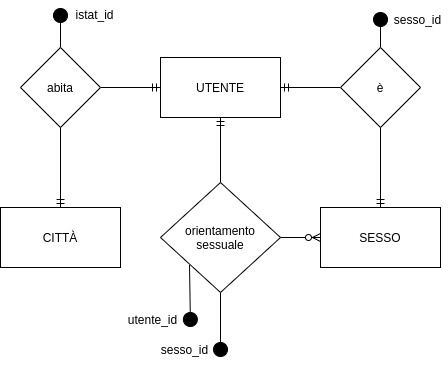
This is assets/ER.png from bonoldie/bonoldi_enrico_esame_2020, a draw.io export, as it was before one commit. Source tidied: cells renumbered, new cells last; positions are measured from the earlier drawing's top-left corner, leaving out a move shared by most shapes.
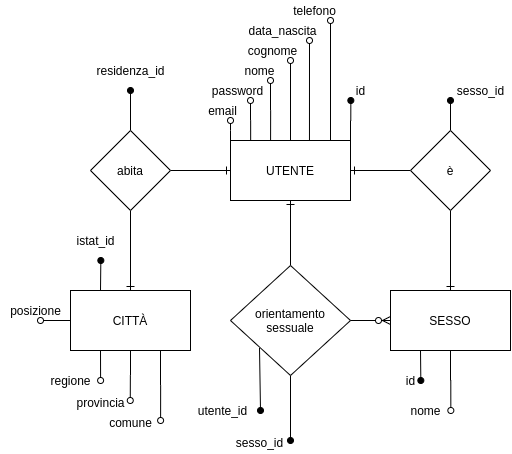
After the commit.

The edit, as a diff of the source:
```diff
@@ -2,19 +2,59 @@
   <root>
     <mxCell id="0" />
     <mxCell id="1" parent="0" />
-    <mxCell id="2" style="edgeStyle=orthogonalEdgeStyle;rounded=0;jettySize=auto;html=1;entryX=0.5;entryY=0;entryDx=0;entryDy=0;endArrow=none;endFill=0;startArrow=ERmandOne;startFill=0;" parent="1" edge="1" source="3" target="6">
+    <mxCell id="2" style="edgeStyle=orthogonalEdgeStyle;rounded=0;jettySize=auto;html=1;entryX=0.5;entryY=0;entryDx=0;entryDy=0;endArrow=none;endFill=0;startArrow=ERone;startFill=0;" parent="1" edge="1" source="3" target="6">
       <mxGeometry relative="1" as="geometry" />
     </mxCell>
+    <mxCell id="22" style="edgeStyle=orthogonalEdgeStyle;rounded=0;jettySize=auto;html=1;endArrow=oval;endFill=0;exitX=0;exitY=0;exitDx=0;exitDy=0;" parent="1" edge="1" source="3">
+      <mxGeometry relative="1" as="geometry">
+        <mxPoint x="160" y="33" as="targetPoint" />
+        <Array as="points">
+          <mxPoint x="160" y="43" />
+          <mxPoint x="160" y="43" />
+        </Array>
+      </mxGeometry>
+    </mxCell>
+    <mxCell id="23" style="edgeStyle=orthogonalEdgeStyle;rounded=0;jettySize=auto;html=1;endArrow=oval;endFill=0;exitX=0.334;exitY=0.025;exitDx=0;exitDy=0;exitPerimeter=0;" parent="1" edge="1" source="3">
+      <mxGeometry relative="1" as="geometry">
+        <mxPoint x="200" y="-7" as="targetPoint" />
+      </mxGeometry>
+    </mxCell>
+    <mxCell id="24" style="edgeStyle=orthogonalEdgeStyle;rounded=0;jettySize=auto;html=1;exitX=0.168;exitY=0.006;exitDx=0;exitDy=0;endArrow=oval;endFill=0;exitPerimeter=0;" parent="1" edge="1" source="3">
+      <mxGeometry relative="1" as="geometry">
+        <mxPoint x="180" y="13" as="targetPoint" />
+      </mxGeometry>
+    </mxCell>
+    <mxCell id="25" style="edgeStyle=orthogonalEdgeStyle;rounded=0;jettySize=auto;html=1;exitX=0.5;exitY=0;exitDx=0;exitDy=0;endArrow=oval;endFill=0;" parent="1" edge="1" source="3">
+      <mxGeometry relative="1" as="geometry">
+        <mxPoint x="220" y="-27" as="targetPoint" />
+      </mxGeometry>
+    </mxCell>
+    <mxCell id="26" style="edgeStyle=orthogonalEdgeStyle;rounded=0;jettySize=auto;html=1;endArrow=oval;endFill=0;exitX=0.658;exitY=0.002;exitDx=0;exitDy=0;exitPerimeter=0;" parent="1" edge="1" source="3">
+      <mxGeometry relative="1" as="geometry">
+        <mxPoint x="239" y="-47" as="targetPoint" />
+      </mxGeometry>
+    </mxCell>
+    <mxCell id="27" style="edgeStyle=orthogonalEdgeStyle;rounded=0;orthogonalLoop=1;jettySize=auto;html=1;endArrow=oval;endFill=0;" parent="1" edge="1">
+      <mxGeometry relative="1" as="geometry">
+        <mxPoint x="260" y="53" as="sourcePoint" />
+        <mxPoint x="260" y="-67" as="targetPoint" />
+      </mxGeometry>
+    </mxCell>
+    <mxCell id="28" style="edgeStyle=orthogonalEdgeStyle;rounded=0;jettySize=auto;html=1;exitX=1;exitY=0;exitDx=0;exitDy=0;endArrow=oval;endFill=1;" parent="1" edge="1" source="3">
+      <mxGeometry relative="1" as="geometry">
+        <mxPoint x="280.3" y="13" as="targetPoint" />
+      </mxGeometry>
+    </mxCell>
     <mxCell id="3" value="UTENTE" style="rounded=0;whiteSpace=wrap;html=1;" parent="1" vertex="1">
       <mxGeometry x="160" y="53" width="120" height="60" as="geometry" />
     </mxCell>
-    <mxCell id="4" style="rounded=0;orthogonalLoop=1;jettySize=auto;html=1;startArrow=none;startFill=0;endArrow=circle;endFill=1;exitX=0;exitY=1;exitDx=0;exitDy=0;" parent="1" edge="1">
+    <mxCell id="4" style="rounded=0;orthogonalLoop=1;jettySize=auto;html=1;startArrow=none;startFill=0;endArrow=oval;endFill=1;exitX=0;exitY=1;exitDx=0;exitDy=0;" parent="1" edge="1">
       <mxGeometry relative="1" as="geometry">
         <mxPoint x="189" y="260.5" as="sourcePoint" />
         <mxPoint x="190" y="323" as="targetPoint" />
       </mxGeometry>
     </mxCell>
-    <mxCell id="5" style="edgeStyle=none;rounded=0;jettySize=auto;html=1;startArrow=none;startFill=0;endArrow=circle;endFill=1;" parent="1" edge="1" source="6">
+    <mxCell id="5" style="edgeStyle=none;rounded=0;jettySize=auto;html=1;startArrow=none;startFill=0;endArrow=oval;endFill=1;" parent="1" edge="1" source="6">
       <mxGeometry relative="1" as="geometry">
         <mxPoint x="220" y="353" as="targetPoint" />
       </mxGeometry>
@@ -25,36 +65,68 @@
     <mxCell id="7" style="edgeStyle=orthogonalEdgeStyle;rounded=0;jettySize=auto;html=1;endArrow=none;endFill=0;startArrow=ERzeroToMany;startFill=1;" parent="1" edge="1" source="8" target="6">
       <mxGeometry relative="1" as="geometry" />
     </mxCell>
+    <mxCell id="29" style="edgeStyle=orthogonalEdgeStyle;rounded=0;jettySize=auto;html=1;exitX=0.25;exitY=1;exitDx=0;exitDy=0;startArrow=none;startFill=0;endArrow=oval;endFill=1;" parent="1" edge="1" source="8">
+      <mxGeometry relative="1" as="geometry">
+        <mxPoint x="350.3" y="293" as="targetPoint" />
+      </mxGeometry>
+    </mxCell>
+    <mxCell id="30" style="edgeStyle=orthogonalEdgeStyle;rounded=0;jettySize=auto;html=1;exitX=0.5;exitY=1;exitDx=0;exitDy=0;startArrow=none;startFill=0;endArrow=oval;endFill=0;" parent="1" edge="1" source="8">
+      <mxGeometry relative="1" as="geometry">
+        <mxPoint x="380.3" y="323" as="targetPoint" />
+      </mxGeometry>
+    </mxCell>
     <mxCell id="8" value="SESSO" style="rounded=0;whiteSpace=wrap;html=1;" parent="1" vertex="1">
       <mxGeometry x="320" y="203" width="120" height="60" as="geometry" />
     </mxCell>
-    <mxCell id="9" style="edgeStyle=orthogonalEdgeStyle;rounded=0;jettySize=auto;html=1;startArrow=none;startFill=0;endArrow=ERmandOne;endFill=0;" parent="1" edge="1" source="12" target="3">
+    <mxCell id="9" style="edgeStyle=orthogonalEdgeStyle;rounded=0;jettySize=auto;html=1;startArrow=none;startFill=0;endArrow=ERone;endFill=0;" parent="1" edge="1" source="12" target="3">
       <mxGeometry relative="1" as="geometry" />
     </mxCell>
-    <mxCell id="10" style="edgeStyle=orthogonalEdgeStyle;rounded=0;jettySize=auto;html=1;startArrow=none;startFill=0;endArrow=ERmandOne;endFill=0;" parent="1" edge="1" source="12" target="8">
+    <mxCell id="10" style="edgeStyle=orthogonalEdgeStyle;rounded=0;jettySize=auto;html=1;startArrow=none;startFill=0;endArrow=ERone;endFill=0;" parent="1" edge="1" source="12" target="8">
       <mxGeometry relative="1" as="geometry" />
     </mxCell>
-    <mxCell id="11" style="edgeStyle=none;rounded=0;jettySize=auto;html=1;startArrow=none;startFill=0;endArrow=circle;endFill=1;" parent="1" edge="1" source="12">
-      <mxGeometry relative="1" as="geometry">
-        <mxPoint x="380" y="23" as="targetPoint" />
-        <Array as="points">
-          <mxPoint x="380" y="13" />
-        </Array>
-      </mxGeometry>
-    </mxCell>
+    <mxCell id="31" style="edgeStyle=orthogonalEdgeStyle;rounded=0;jettySize=auto;html=1;exitX=0.5;exitY=0;exitDx=0;exitDy=0;endArrow=oval;endFill=1;" parent="1" edge="1" source="12">
+      <mxGeometry relative="1" as="geometry">
+        <mxPoint x="380" y="13" as="targetPoint" />
+      </mxGeometry>
+    </mxCell>
     <mxCell id="12" value="è" style="rhombus;whiteSpace=wrap;html=1;" parent="1" vertex="1">
       <mxGeometry x="340" y="43" width="80" height="80" as="geometry" />
     </mxCell>
+    <mxCell id="32" style="edgeStyle=orthogonalEdgeStyle;rounded=0;jettySize=auto;html=1;exitX=0.25;exitY=1;exitDx=0;exitDy=0;endArrow=oval;endFill=0;" parent="1" edge="1" source="13">
+      <mxGeometry relative="1" as="geometry">
+        <mxPoint x="30.1" y="293" as="targetPoint" />
+      </mxGeometry>
+    </mxCell>
+    <mxCell id="33" style="edgeStyle=orthogonalEdgeStyle;rounded=0;jettySize=auto;html=1;exitX=0.5;exitY=1;exitDx=0;exitDy=0;endArrow=oval;endFill=0;" parent="1" edge="1" source="13">
+      <mxGeometry relative="1" as="geometry">
+        <mxPoint x="59.8" y="313" as="targetPoint" />
+      </mxGeometry>
+    </mxCell>
+    <mxCell id="34" style="edgeStyle=orthogonalEdgeStyle;rounded=0;jettySize=auto;html=1;exitX=0.75;exitY=1;exitDx=0;exitDy=0;endArrow=oval;endFill=0;" parent="1" edge="1" source="13">
+      <mxGeometry relative="1" as="geometry">
+        <mxPoint x="90.1" y="333" as="targetPoint" />
+      </mxGeometry>
+    </mxCell>
+    <mxCell id="35" style="edgeStyle=orthogonalEdgeStyle;rounded=0;jettySize=auto;html=1;exitX=0;exitY=0.5;exitDx=0;exitDy=0;endArrow=oval;endFill=0;" parent="1" edge="1" source="13">
+      <mxGeometry relative="1" as="geometry">
+        <mxPoint x="-30" y="233" as="targetPoint" />
+      </mxGeometry>
+    </mxCell>
+    <mxCell id="36" style="edgeStyle=orthogonalEdgeStyle;rounded=0;jettySize=auto;html=1;exitX=0.25;exitY=0;exitDx=0;exitDy=0;endArrow=oval;endFill=1;" parent="1" edge="1" source="13">
+      <mxGeometry relative="1" as="geometry">
+        <mxPoint x="30.3" y="173" as="targetPoint" />
+      </mxGeometry>
+    </mxCell>
     <mxCell id="13" value="CITTÀ" style="rounded=0;whiteSpace=wrap;html=1;" parent="1" vertex="1">
       <mxGeometry y="203" width="120" height="60" as="geometry" />
     </mxCell>
-    <mxCell id="14" style="edgeStyle=orthogonalEdgeStyle;rounded=0;jettySize=auto;html=1;startArrow=none;startFill=0;endArrow=ERmandOne;endFill=0;" parent="1" edge="1" source="17" target="3">
+    <mxCell id="14" style="edgeStyle=orthogonalEdgeStyle;rounded=0;jettySize=auto;html=1;startArrow=none;startFill=0;endArrow=ERone;endFill=0;" parent="1" edge="1" source="17" target="3">
       <mxGeometry relative="1" as="geometry" />
     </mxCell>
-    <mxCell id="15" style="edgeStyle=orthogonalEdgeStyle;rounded=0;jettySize=auto;html=1;startArrow=none;startFill=0;endArrow=ERmandOne;endFill=0;" parent="1" edge="1" source="17" target="13">
+    <mxCell id="15" style="edgeStyle=orthogonalEdgeStyle;rounded=0;jettySize=auto;html=1;startArrow=none;startFill=0;endArrow=ERone;endFill=0;" parent="1" edge="1" source="17" target="13">
       <mxGeometry relative="1" as="geometry" />
     </mxCell>
-    <mxCell id="16" style="edgeStyle=none;rounded=0;jettySize=auto;html=1;startArrow=none;startFill=0;endArrow=circle;endFill=1;" parent="1" edge="1" source="17">
+    <mxCell id="16" style="edgeStyle=none;rounded=0;jettySize=auto;html=1;startArrow=none;startFill=0;endArrow=oval;endFill=1;" parent="1" edge="1" source="17">
       <mxGeometry relative="1" as="geometry">
         <mxPoint x="60" y="3" as="targetPoint" />
       </mxGeometry>
@@ -63,16 +135,58 @@
       <mxGeometry x="20" y="43" width="80" height="80" as="geometry" />
     </mxCell>
     <mxCell id="18" value="utente_id" style="text;html=1;align=center;verticalAlign=middle;" parent="1" vertex="1">
-      <mxGeometry x="122" y="305" width="60" height="20" as="geometry" />
+      <mxGeometry x="122" y="313" width="60" height="20" as="geometry" />
     </mxCell>
     <mxCell id="19" value="sesso_id" style="text;html=1;align=center;verticalAlign=middle;" parent="1" vertex="1">
-      <mxGeometry x="154" y="335" width="60" height="20" as="geometry" />
+      <mxGeometry x="159" y="345" width="60" height="20" as="geometry" />
     </mxCell>
-    <mxCell id="20" value="istat_id" style="text;html=1;align=center;verticalAlign=middle;" parent="1" vertex="1">
-      <mxGeometry x="69" width="50" height="20" as="geometry" />
+    <mxCell id="20" value="residenza_id" style="text;html=1;align=center;verticalAlign=middle;" parent="1" vertex="1">
+      <mxGeometry x="20" y="-27" width="80" height="20" as="geometry" />
     </mxCell>
     <mxCell id="21" value="sesso_id" style="text;html=1;align=center;verticalAlign=middle;" parent="1" vertex="1">
-      <mxGeometry x="387" y="5" width="60" height="20" as="geometry" />
+      <mxGeometry x="380" y="-7" width="60" height="20" as="geometry" />
     </mxCell>
+    <mxCell id="37" value="email" style="text;html=1;align=center;verticalAlign=middle;" parent="1" vertex="1">
+      <mxGeometry x="132" y="13" width="40" height="20" as="geometry" />
+    </mxCell>
+    <mxCell id="38" value="password" style="text;html=1;align=center;verticalAlign=middle;" parent="1" vertex="1">
+      <mxGeometry x="132" y="-7" width="70" height="20" as="geometry" />
+    </mxCell>
+    <mxCell id="39" value="nome" style="text;html=1;align=center;verticalAlign=middle;" parent="1" vertex="1">
+      <mxGeometry x="164" y="-27" width="50" height="20" as="geometry" />
+    </mxCell>
+    <mxCell id="40" value="cognome" style="text;html=1;align=center;verticalAlign=middle;" parent="1" vertex="1">
+      <mxGeometry x="172" y="-47" width="60" height="20" as="geometry" />
+    </mxCell>
+    <mxCell id="41" value="data_nascita" style="text;html=1;align=center;verticalAlign=middle;" parent="1" vertex="1">
+      <mxGeometry x="172" y="-67" width="80" height="20" as="geometry" />
+    </mxCell>
+    <mxCell id="42" value="telefono" style="text;html=1;align=center;verticalAlign=middle;" parent="1" vertex="1">
+      <mxGeometry x="214" y="-87" width="60" height="20" as="geometry" />
+    </mxCell>
+    <mxCell id="43" value="comune" style="text;html=1;align=center;verticalAlign=middle;" parent="1" vertex="1">
+      <mxGeometry x="30" y="325" width="60" height="20" as="geometry" />
+    </mxCell>
+    <mxCell id="44" value="provincia" style="text;html=1;align=center;verticalAlign=middle;" parent="1" vertex="1">
+      <mxGeometry y="305" width="60" height="20" as="geometry" />
+    </mxCell>
+    <mxCell id="45" value="regione" style="text;html=1;align=center;verticalAlign=middle;" parent="1" vertex="1">
+      <mxGeometry x="-30" y="283" width="60" height="20" as="geometry" />
+    </mxCell>
+    <mxCell id="46" value="posizione" style="text;html=1;align=center;verticalAlign=middle;" parent="1" vertex="1">
+      <mxGeometry x="-70" y="213" width="70" height="20" as="geometry" />
+    </mxCell>
+    <mxCell id="47" value="istat_id" style="text;html=1;align=center;verticalAlign=middle;" parent="1" vertex="1">
+      <mxGeometry y="143" width="50" height="20" as="geometry" />
+    </mxCell>
+    <mxCell id="48" value="id" style="text;html=1;align=center;verticalAlign=middle;" parent="1" vertex="1">
+      <mxGeometry x="280" y="-7" width="20" height="20" as="geometry" />
+    </mxCell>
+    <mxCell id="49" value="id" style="text;html=1;align=center;verticalAlign=middle;" parent="1" vertex="1">
+      <mxGeometry x="330" y="283" width="20" height="20" as="geometry" />
+    </mxCell>
+    <mxCell id="50" value="nome" style="text;html=1;align=center;verticalAlign=middle;" parent="1" vertex="1">
+      <mxGeometry x="330" y="313" width="50" height="20" as="geometry" />
+    </mxCell>
   </root>
 </mxGraphModel>
```
